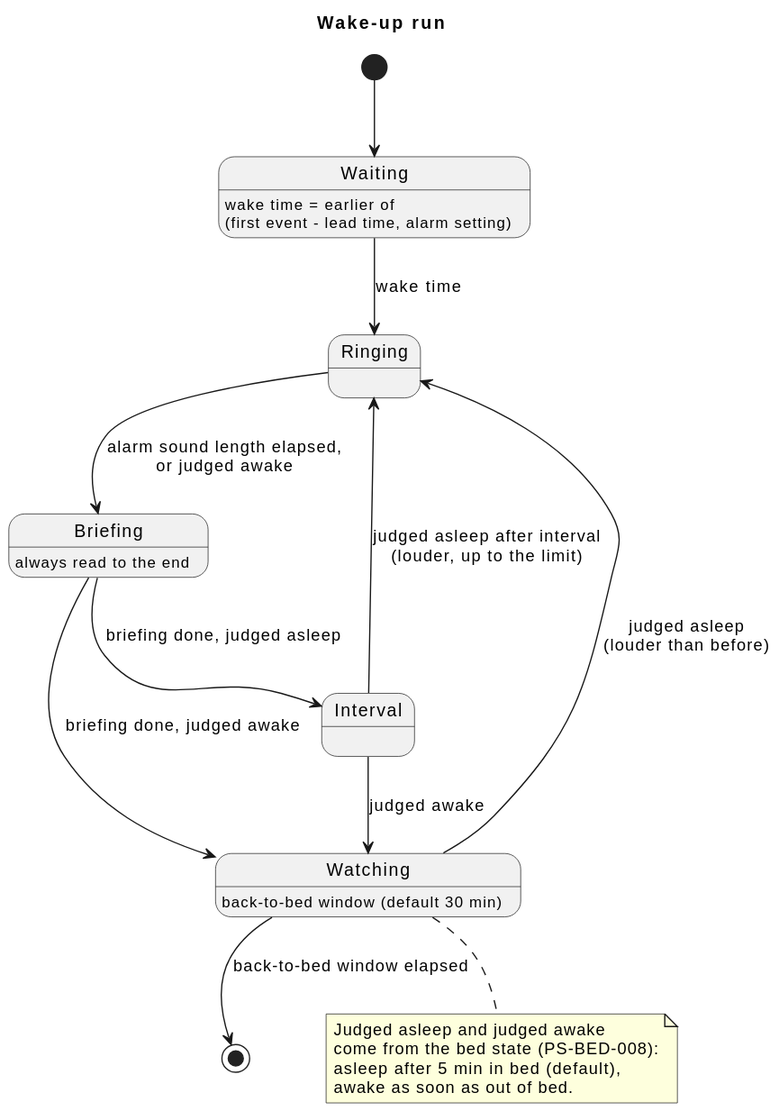
Earlier version of the PlantUML export docs/ja/requirements/alarm/overview.svg (cloveclovedev/press-start).
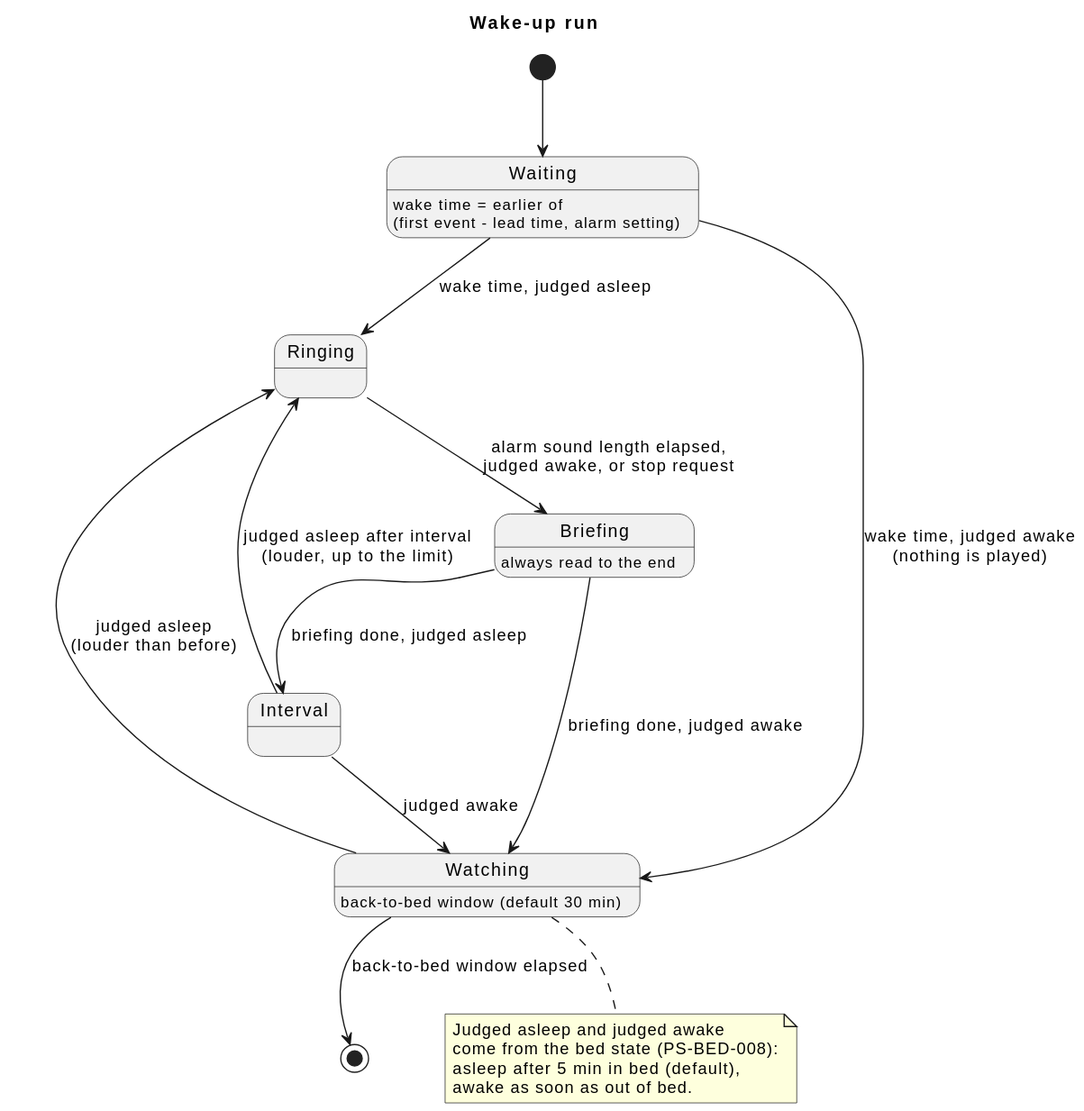
After the commit.

Commit message:
docs(requirements): stay silent when out of bed at wake time, add a stop request, and use a small Claude model

What changed in the source:
```diff
@@ -4,8 +4,9 @@
 
 [*] --> Waiting
 Waiting : wake time = earlier of\n(first event - lead time, alarm setting)
-Waiting --> Ringing : wake time
-Ringing --> Briefing : alarm sound length elapsed,\nor judged awake
+Waiting --> Ringing : wake time, judged asleep
+Waiting --> Watching : wake time, judged awake\n(nothing is played)
+Ringing --> Briefing : alarm sound length elapsed,\njudged awake, or stop request
 Briefing : always read to the end
 Briefing --> Interval : briefing done, judged asleep
 Briefing --> Watching : briefing done, judged awake
```
